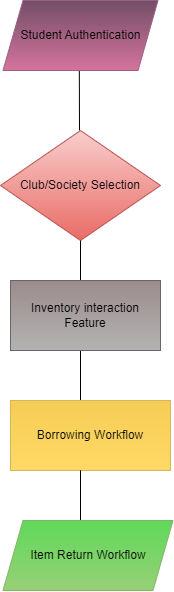
Above: Untitled Diagram.drawio.png in Abhijit1Maity/github (draw.io), before the change. Source tidied: cells renumbered, new cells last; positions are measured from the earlier drawing's top-left corner, leaving out a move shared by most shapes.
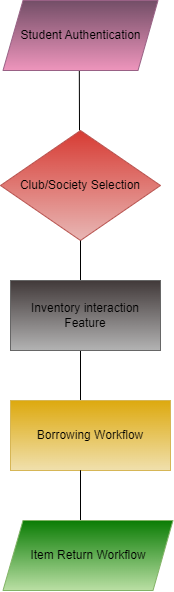
Later version of the same file.

Change to the diagram source:
```diff
@@ -8,10 +8,10 @@
         <mxPoint x="78.8" y="70" as="targetPoint" />
       </mxGeometry>
     </mxCell>
-    <mxCell id="3" value="Club/Society Selection" style="rhombus;whiteSpace=wrap;html=1;rounded=0;fillColor=#f8cecc;gradientColor=#ea6b66;strokeColor=#b85450;" parent="1" vertex="1">
+    <mxCell id="3" value="Club/Society Selection" style="rhombus;whiteSpace=wrap;html=1;rounded=0;fillColor=#d73b33;gradientColor=#e8b7b5;strokeColor=#b85450;" parent="1" vertex="1">
       <mxGeometry y="130" width="160" height="110" as="geometry" />
     </mxCell>
-    <mxCell id="4" value="Student Authentication" style="shape=parallelogram;perimeter=parallelogramPerimeter;whiteSpace=wrap;html=1;fixedSize=1;rounded=0;fillColor=#734e67;strokeColor=#996185;gradientColor=#d5739d;" parent="1" vertex="1">
+    <mxCell id="4" value="Student Authentication" style="shape=parallelogram;perimeter=parallelogramPerimeter;whiteSpace=wrap;html=1;fixedSize=1;rounded=0;fillColor=#734e67;strokeColor=#996185;gradientColor=#ee95bc;" parent="1" vertex="1">
       <mxGeometry x="2.5" width="155" height="70" as="geometry" />
     </mxCell>
     <mxCell id="5" style="endArrow=none;html=1;rounded=0;" parent="1" edge="1">
@@ -28,10 +28,10 @@
         </Array>
       </mxGeometry>
     </mxCell>
-    <mxCell id="7" value="Inventory interaction Feature" style="rounded=0;whiteSpace=wrap;html=1;fillColor=#9b8c8c;strokeColor=#666666;gradientColor=#b3b3b3;" parent="1" vertex="1">
+    <mxCell id="7" value="Inventory interaction Feature" style="rounded=0;whiteSpace=wrap;html=1;fillColor=#413939;strokeColor=#666666;gradientColor=#b3b3b3;" parent="1" vertex="1">
       <mxGeometry x="10" y="280" width="150" height="70" as="geometry" />
     </mxCell>
-    <mxCell id="8" value="Borrowing Workflow" style="rounded=0;whiteSpace=wrap;html=1;fillColor=#f5cd56;gradientColor=#ffd966;strokeColor=#d6b656;" parent="1" vertex="1">
+    <mxCell id="8" value="Borrowing Workflow" style="rounded=0;whiteSpace=wrap;html=1;fillColor=#dda90e;gradientColor=#f0e0ad;strokeColor=#d6b656;" parent="1" vertex="1">
       <mxGeometry x="10" y="400" width="160" height="70" as="geometry" />
     </mxCell>
     <mxCell id="9" style="endArrow=none;html=1;rounded=0;" parent="1" edge="1">
@@ -43,7 +43,7 @@
         </Array>
       </mxGeometry>
     </mxCell>
-    <mxCell id="10" value="Item Return Workflow" style="shape=parallelogram;perimeter=parallelogramPerimeter;whiteSpace=wrap;html=1;fixedSize=1;rounded=0;fillColor=#5fd959;gradientColor=#97d077;strokeColor=#82b366;" parent="1" vertex="1">
+    <mxCell id="10" value="Item Return Workflow" style="shape=parallelogram;perimeter=parallelogramPerimeter;whiteSpace=wrap;html=1;fixedSize=1;rounded=0;fillColor=#0a7c04;gradientColor=#badfa4;strokeColor=#82b366;" parent="1" vertex="1">
       <mxGeometry x="2.5" y="520" width="170" height="70" as="geometry" />
     </mxCell>
   </root>
```
